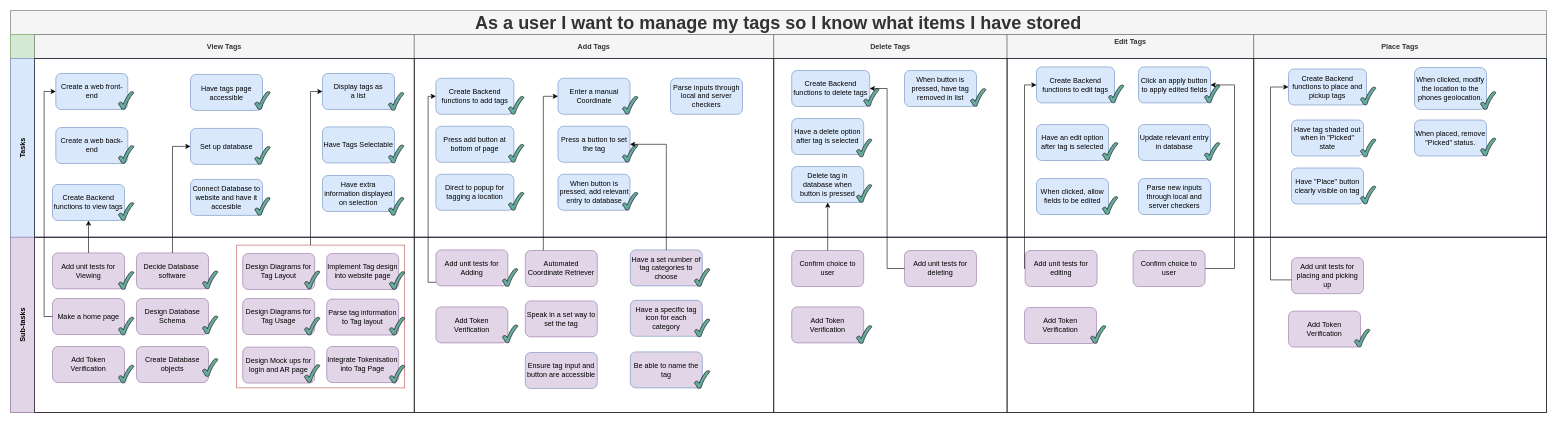
ickeyben123/AR keeps this draw.io diagram as Documentation/Project Diagrams/Story Maps/Manage Tag Theme.drawio. Above is the earlier version. Source tidied: cells renumbered, new cells numbered last; positions are measured from the earlier drawing's top-left corner, leaving out a move shared by most shapes. Both pictures are drawn from the tidied source at 60%, with x=0, y=0 at pixel (10, 10).
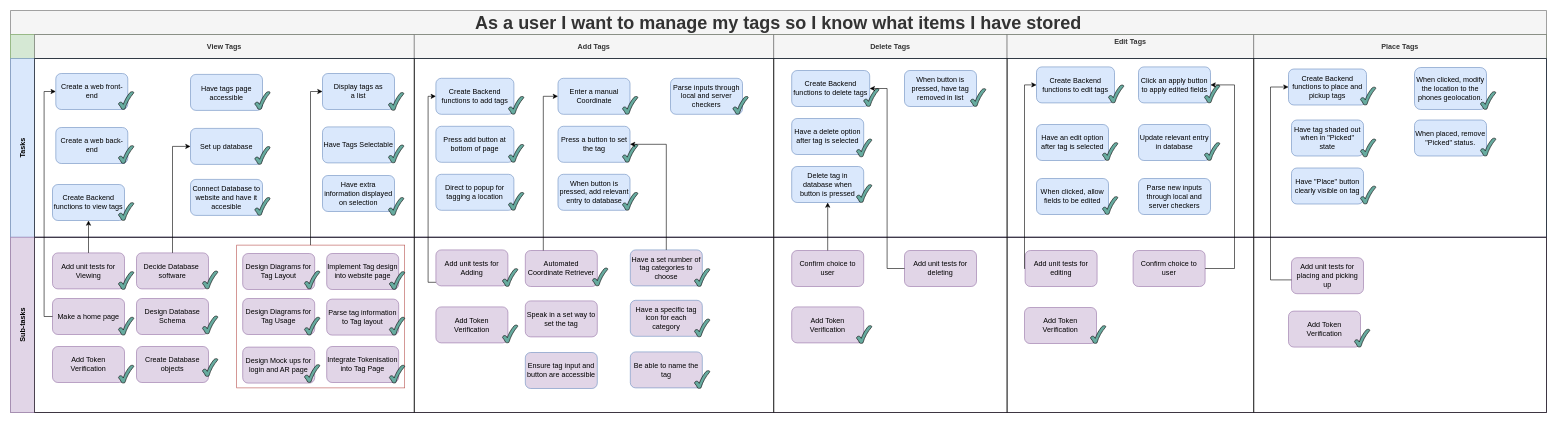
The same page after the edit.

The change refers to these unchanged cells:
```xml
<mxCell id="29" style="swimlane;startSize=0;html=1;whiteSpace=wrap;" parent="9" vertex="1">
  <mxGeometry x="673" width="599" height="298" as="geometry" />
</mxCell>
<mxCell id="102" style="swimlane;startSize=0;html=1;whiteSpace=wrap;" parent="75" vertex="1">
  <mxGeometry x="673" width="599" height="292" as="geometry" />
</mxCell>
```

The edit, as a diff of the source:
```diff
@@
+    <mxCell id="142" style="verticalLabelPosition=bottom;verticalAlign=top;html=1;shape=mxgraph.basic.tick;fillColor=#67AB9F;" parent="29" vertex="1">
+      <mxGeometry x="531" y="63" width="25.5" height="30" as="geometry" />
+    </mxCell>
@@
+    <mxCell id="143" style="verticalLabelPosition=bottom;verticalAlign=top;html=1;shape=mxgraph.basic.tick;fillColor=#67AB9F;" parent="102" vertex="1">
+      <mxGeometry x="297" y="51" width="25.5" height="30" as="geometry" />
+    </mxCell>
```
